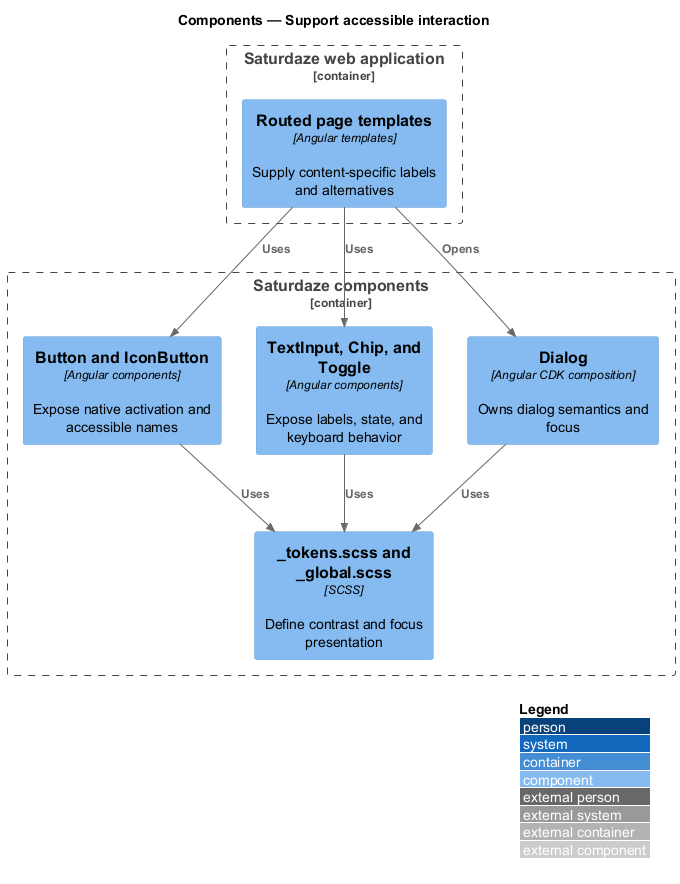
QuinntyneBrown/saturdaze keeps this PlantUML diagram as docs/detailed-designs/web-experience/support-accessible-interaction/diagrams/c4-component.png. Above is the earlier version. Source of this version:
```plantuml
@startuml
!include <C4/C4_Component>
LAYOUT_WITH_LEGEND()
title Components — Support accessible interaction

Container_Boundary(web, "Saturdaze web application") {
  Component(pages, "Routed page templates", "Angular templates", "Supply content-specific labels and alternatives")
}
Container_Boundary(components, "Saturdaze components") {
  Component(buttons, "Button and IconButton", "Angular components", "Expose native activation and accessible names")
  Component(inputs, "TextInput, Chip, and Toggle", "Angular components", "Expose labels, state, and keyboard behavior")
  Component(dialog, "Dialog", "Angular CDK composition", "Owns dialog semantics and focus")
  Component(styles, "_tokens.scss and _global.scss", "SCSS", "Define contrast and focus presentation")
}
Rel(pages, buttons, "Uses")
Rel(pages, inputs, "Uses")
Rel(pages, dialog, "Opens")
Rel(buttons, styles, "Uses")
Rel(inputs, styles, "Uses")
Rel(dialog, styles, "Uses")
@enduml
```
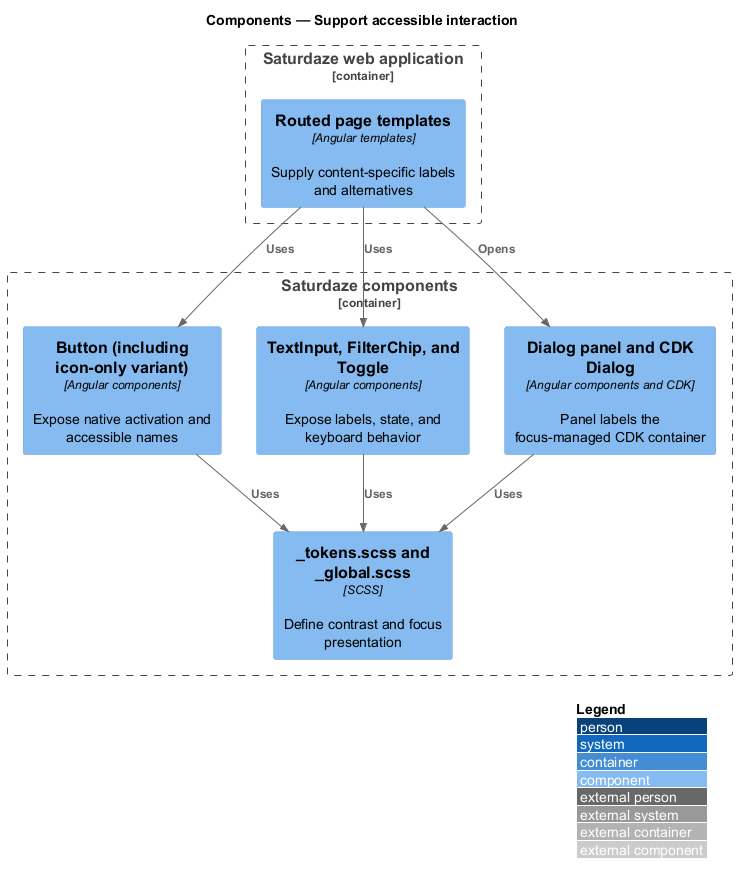
After the change.

The edit, as a diff of the source:
```diff
@@ -7,9 +7,9 @@
   Component(pages, "Routed page templates", "Angular templates", "Supply content-specific labels and alternatives")
 }
 Container_Boundary(components, "Saturdaze components") {
-  Component(buttons, "Button and IconButton", "Angular components", "Expose native activation and accessible names")
-  Component(inputs, "TextInput, Chip, and Toggle", "Angular components", "Expose labels, state, and keyboard behavior")
-  Component(dialog, "Dialog", "Angular CDK composition", "Owns dialog semantics and focus")
+  Component(buttons, "Button (including icon-only variant)", "Angular components", "Expose native activation and accessible names")
+  Component(inputs, "TextInput, FilterChip, and Toggle", "Angular components", "Expose labels, state, and keyboard behavior")
+  Component(dialog, "Dialog panel and CDK Dialog", "Angular components and CDK", "Panel labels the focus-managed CDK container")
   Component(styles, "_tokens.scss and _global.scss", "SCSS", "Define contrast and focus presentation")
 }
 Rel(pages, buttons, "Uses")
```
